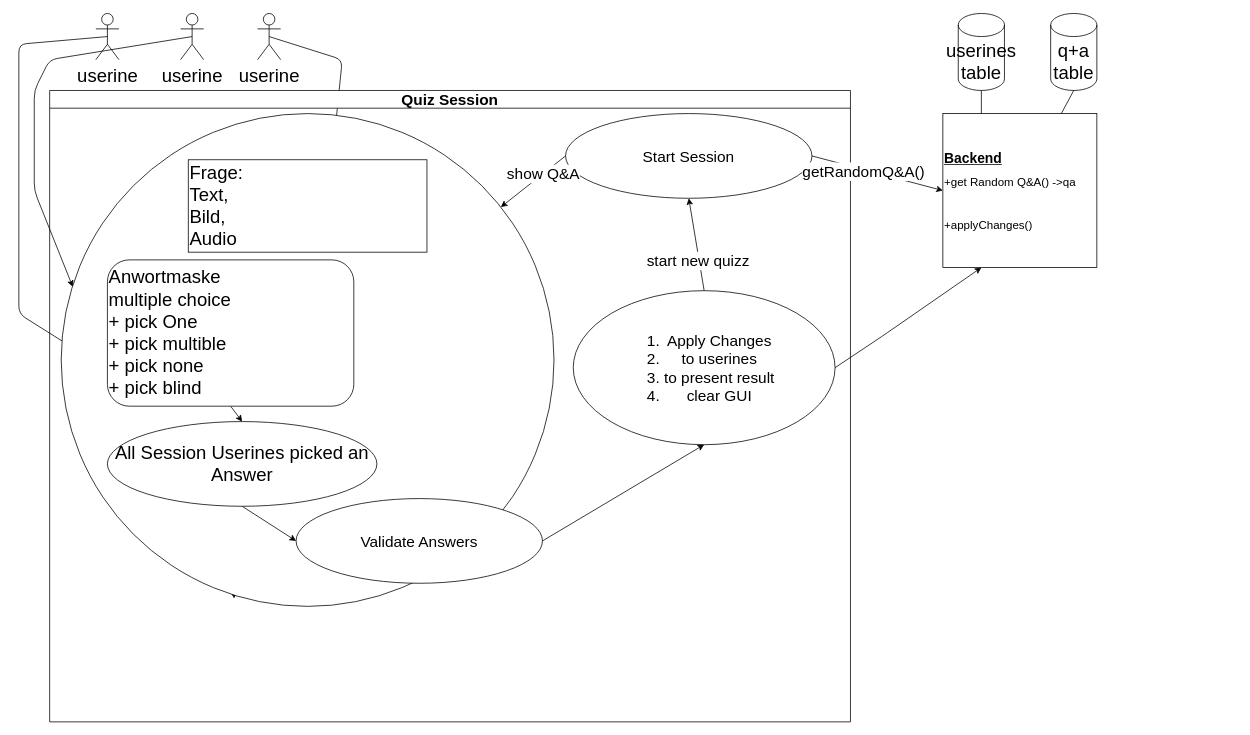
This is scratch.drawio from cjanta/cjantaComponentQuizApp, a draw.io file, before an edit. Source tidied: cells renumbered, new cells numbered last; positions are measured from the earlier drawing's top-left corner, leaving out a move shared by most shapes. Both pictures are drawn from the tidied source at 77%, with x=0, y=0 at pixel (18, 13).
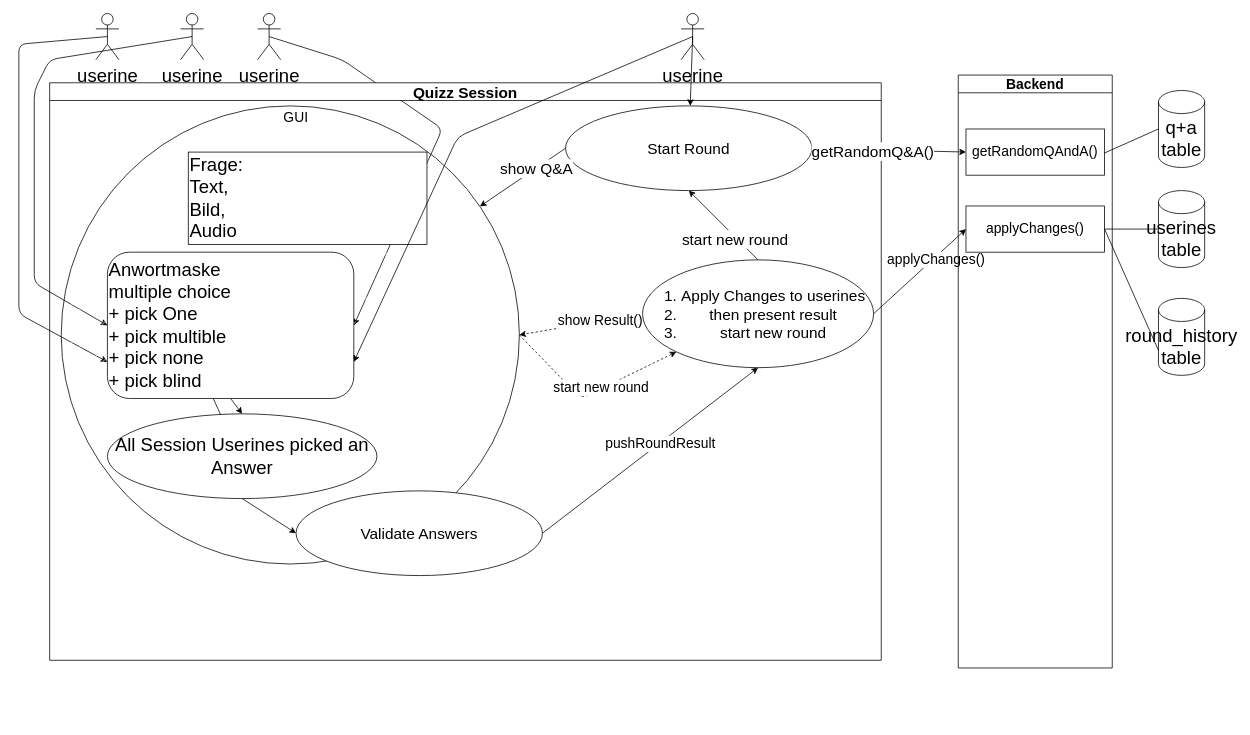
The same diagram, later.

Unchanged cells that the change refers to:
```xml
<mxCell id="5" value="userine" style="shape=umlActor;verticalLabelPosition=bottom;verticalAlign=top;html=1;outlineConnect=0;fontSize=24;" parent="1" vertex="1">
  <mxGeometry x="210" width="30" height="60" as="geometry" />
</mxCell>
<mxCell id="7" value="userine" style="shape=umlActor;verticalLabelPosition=bottom;verticalAlign=top;html=1;outlineConnect=0;fontSize=24;" parent="1" vertex="1">
  <mxGeometry x="310" width="30" height="60" as="geometry" />
</mxCell>
<mxCell id="13" style="edgeStyle=none;html=1;exitX=0.5;exitY=0;exitDx=0;exitDy=0;entryX=0.5;entryY=1;entryDx=0;entryDy=0;fontSize=20;" parent="11" edge="1" source="15" target="12">
  <mxGeometry relative="1" as="geometry" />
</mxCell>
<mxCell id="20" value="&lt;font style=&quot;font-size: 24px;&quot;&gt;Anwortmaske&lt;br&gt;multiple choice&lt;br&gt;+ pick One&lt;br&gt;+ pick multible&lt;br&gt;+ pick none&lt;br&gt;+ pick blind&lt;/font&gt;" style="rounded=1;whiteSpace=wrap;html=1;align=left;" parent="11" vertex="1">
  <mxGeometry x="75" y="220" width="320" height="190" as="geometry" />
</mxCell>
<mxCell id="21" style="edgeStyle=none;html=1;exitX=1;exitY=0.5;exitDx=0;exitDy=0;entryX=0.5;entryY=1;entryDx=0;entryDy=0;fontSize=20;" parent="11" edge="1" source="22" target="15">
  <mxGeometry relative="1" as="geometry" />
</mxCell>
```

Change to the diagram source:
```diff
@@
-    <mxCell id="4" style="edgeStyle=none;html=1;exitX=0.5;exitY=0.5;exitDx=0;exitDy=0;exitPerimeter=0;fontSize=24;entryX=0;entryY=0.5;entryDx=0;entryDy=0;" parent="1" edge="1" source="5">
+    <mxCell id="4" style="edgeStyle=none;html=1;exitX=0.5;exitY=0.5;exitDx=0;exitDy=0;exitPerimeter=0;fontSize=24;entryX=0;entryY=0.5;entryDx=0;entryDy=0;" parent="1" edge="1" source="5" target="20">
       <mxGeometry relative="1" as="geometry">
-        <mxPoint x="70" y="355" as="targetPoint" />
         <Array as="points">
           <mxPoint x="40" y="60" />
           <mxPoint x="20" y="100" />
-          <mxPoint x="20" y="230" />
+          <mxPoint x="20" y="350" />
         </Array>
       </mxGeometry>
     </mxCell>
@@
-    <mxCell id="6" style="edgeStyle=none;html=1;exitX=0.5;exitY=0.5;exitDx=0;exitDy=0;exitPerimeter=0;entryX=1;entryY=0.5;entryDx=0;entryDy=0;fontSize=24;" parent="1" edge="1" source="7">
+    <mxCell id="6" style="edgeStyle=none;html=1;exitX=0.5;exitY=0.5;exitDx=0;exitDy=0;exitPerimeter=0;entryX=1;entryY=0.5;entryDx=0;entryDy=0;fontSize=24;" parent="1" edge="1" source="7" target="20">
       <mxGeometry relative="1" as="geometry">
-        <mxPoint x="390" y="355" as="targetPoint" />
         <Array as="points">
           <mxPoint x="420" y="60" />
+          <mxPoint x="550" y="150" />
         </Array>
       </mxGeometry>
     </mxCell>
@@
     <mxCell id="9" value="q+a table" style="shape=cylinder3;whiteSpace=wrap;html=1;boundedLbl=1;backgroundOutline=1;size=15;fontSize=24;" parent="1" vertex="1">
-      <mxGeometry x="1340" width="60" height="100" as="geometry" />
+      <mxGeometry x="1480" y="100" width="60" height="100" as="geometry" />
     </mxCell>
-    <mxCell id="10" value="&lt;font style=&quot;&quot;&gt;&lt;font style=&quot;font-size: 18px;&quot;&gt;&lt;b&gt;&lt;u&gt;Backend&lt;/u&gt;&lt;/b&gt;&lt;/font&gt;&lt;br style=&quot;&quot;&gt;&lt;span style=&quot;font-size: 15px;&quot;&gt;+get Random Q&amp;amp;A() -&amp;gt;qa&lt;/span&gt;&lt;br&gt;&lt;br&gt;&lt;span style=&quot;font-size: 15px;&quot;&gt;+applyChanges()&lt;/span&gt;&lt;br&gt;&lt;/font&gt;" style="whiteSpace=wrap;html=1;fontSize=24;align=left;" parent="1" vertex="1">
-      <mxGeometry x="1200" y="130" width="200" height="200" as="geometry" />
-    </mxCell>
-    <mxCell id="11" value="Quiz Session" style="swimlane;whiteSpace=wrap;html=1;fontSize=20;" parent="1" vertex="1">
-      <mxGeometry x="40" y="100" width="1040" height="820" as="geometry" />
+    <mxCell id="11" value="Quizz Session" style="swimlane;whiteSpace=wrap;html=1;fontSize=20;" parent="1" vertex="1">
+      <mxGeometry x="40" y="90" width="1080" height="750" as="geometry" />
     </mxCell>
-    <mxCell id="12" value="Start Session" style="ellipse;whiteSpace=wrap;html=1;fontSize=20;" parent="11" vertex="1">
+    <mxCell id="12" value="Start Round" style="ellipse;whiteSpace=wrap;html=1;fontSize=20;" parent="11" vertex="1">
       <mxGeometry x="670" y="30" width="320" height="110" as="geometry" />
     </mxCell>
@@
-    <mxCell id="14" value="start new quizz" style="edgeLabel;html=1;align=center;verticalAlign=middle;fontSize=20;" parent="13" vertex="1">
+    <mxCell id="14" value="start new round" style="edgeLabel;html=1;align=center;verticalAlign=middle;fontSize=20;" parent="13" vertex="1">
       <mxGeometry x="-0.35" y="2" relative="1" as="geometry" />
     </mxCell>
+    <mxCell id="33" style="edgeStyle=none;html=1;exitX=0;exitY=0.5;exitDx=0;exitDy=0;entryX=1;entryY=0.5;entryDx=0;entryDy=0;fontSize=18;dashed=1;" parent="11" edge="1" source="15" target="17">
+      <mxGeometry relative="1" as="geometry" />
+    </mxCell>
+    <mxCell id="34" value="show Result()" style="edgeLabel;html=1;align=center;verticalAlign=middle;fontSize=18;" parent="33" vertex="1">
+      <mxGeometry x="-0.31" y="-1" relative="1" as="geometry" />
+    </mxCell>
-    <mxCell id="15" value="&lt;ol&gt;&lt;li&gt;Apply Changes&lt;/li&gt;&lt;li&gt;to userines&lt;/li&gt;&lt;li&gt;to present result&lt;/li&gt;&lt;li&gt;clear GUI&lt;/li&gt;&lt;/ol&gt;" style="ellipse;whiteSpace=wrap;html=1;fontSize=20;align=center;" parent="11" vertex="1">
-      <mxGeometry x="680" y="260" width="340" height="200" as="geometry" />
+    <mxCell id="15" value="&lt;ol&gt;&lt;li&gt;Apply Changes to userines&lt;/li&gt;&lt;li&gt;then present result&lt;/li&gt;&lt;li&gt;start new round&lt;/li&gt;&lt;/ol&gt;" style="ellipse;whiteSpace=wrap;html=1;fontSize=20;align=center;" parent="11" vertex="1">
+      <mxGeometry x="770" y="230" width="300" height="140" as="geometry" />
     </mxCell>
-    <mxCell id="16" style="edgeStyle=none;html=1;exitX=0.5;exitY=1;exitDx=0;exitDy=0;entryX=0.53;entryY=-0.003;entryDx=0;entryDy=0;entryPerimeter=0;fontSize=20;" parent="11" edge="1">
-      <mxGeometry relative="1" as="geometry">
-        <mxPoint x="235" y="600" as="sourcePoint" />
-        <mxPoint x="239.6" y="659.7" as="targetPoint" />
-      </mxGeometry>
-    </mxCell>
+    <mxCell id="35" style="edgeStyle=none;html=1;exitX=1;exitY=0.5;exitDx=0;exitDy=0;entryX=0;entryY=1;entryDx=0;entryDy=0;dashed=1;fontSize=18;" parent="11" edge="1" source="17" target="15">
+      <mxGeometry relative="1" as="geometry">
+        <Array as="points">
+          <mxPoint x="690" y="410" />
+        </Array>
+      </mxGeometry>
+    </mxCell>
+    <mxCell id="36" value="start new round" style="edgeLabel;html=1;align=center;verticalAlign=middle;fontSize=18;" parent="35" vertex="1">
+      <mxGeometry x="0.14" y="2" relative="1" as="geometry" />
+    </mxCell>
-    <mxCell id="17" style="ellipse;whiteSpace=wrap;html=1;fontSize=20;" parent="11" vertex="1">
-      <mxGeometry x="15" y="30" width="640" height="640" as="geometry" />
+    <mxCell id="17" style="ellipse;whiteSpace=wrap;html=1;fontSize=20;fillStyle=dashed;gradientDirection=radial;" parent="11" vertex="1">
+      <mxGeometry x="15" y="30" width="595" height="595" as="geometry" />
     </mxCell>
@@
+    <mxCell id="37" value="pushRoundResult" style="edgeLabel;html=1;align=center;verticalAlign=middle;fontSize=18;" parent="21" vertex="1">
+      <mxGeometry x="0.09" y="-1" relative="1" as="geometry" />
+    </mxCell>
@@
+    <mxCell id="38" value="GUI" style="text;html=1;strokeColor=none;fillColor=none;align=center;verticalAlign=middle;whiteSpace=wrap;rounded=0;fillStyle=dashed;fontSize=18;" parent="11" vertex="1">
+      <mxGeometry x="290" y="30" width="60" height="30" as="geometry" />
+    </mxCell>
-    <mxCell id="27" style="edgeStyle=none;html=1;exitX=1;exitY=0.5;exitDx=0;exitDy=0;entryX=0;entryY=0.5;entryDx=0;entryDy=0;fontSize=20;" parent="1" edge="1" source="12" target="10">
+    <mxCell id="27" style="edgeStyle=none;html=1;exitX=1;exitY=0.5;exitDx=0;exitDy=0;entryX=0;entryY=0.5;entryDx=0;entryDy=0;fontSize=20;" parent="1" edge="1" source="12" target="41">
       <mxGeometry relative="1" as="geometry" />
     </mxCell>
@@
-    <mxCell id="29" style="edgeStyle=none;html=1;exitX=1;exitY=0.5;exitDx=0;exitDy=0;entryX=0.25;entryY=1;entryDx=0;entryDy=0;fontSize=20;" parent="1" edge="1" source="15" target="10">
-      <mxGeometry relative="1" as="geometry">
-        <Array as="points">
-          <mxPoint x="1120" y="420" />
-        </Array>
-      </mxGeometry>
+    <mxCell id="29" style="edgeStyle=none;html=1;exitX=1;exitY=0.5;exitDx=0;exitDy=0;entryX=0;entryY=0.5;entryDx=0;entryDy=0;fontSize=20;" parent="1" edge="1" source="15" target="42">
+      <mxGeometry relative="1" as="geometry" />
     </mxCell>
+    <mxCell id="39" value="applyChanges()" style="edgeLabel;html=1;align=center;verticalAlign=middle;fontSize=18;" parent="29" vertex="1">
+      <mxGeometry x="0.31" y="-2" relative="1" as="geometry" />
+    </mxCell>
     <mxCell id="30" value="userines table" style="shape=cylinder3;whiteSpace=wrap;html=1;boundedLbl=1;backgroundOutline=1;size=15;fontSize=24;" parent="1" vertex="1">
-      <mxGeometry x="1220" width="60" height="100" as="geometry" />
+      <mxGeometry x="1480" y="230" width="60" height="100" as="geometry" />
     </mxCell>
-    <mxCell id="31" style="endArrow=none;html=1;fontSize=20;entryX=0.5;entryY=1;entryDx=0;entryDy=0;entryPerimeter=0;exitX=0.25;exitY=0;exitDx=0;exitDy=0;" parent="1" edge="1" source="10" target="30">
+    <mxCell id="31" style="endArrow=none;html=1;fontSize=20;entryX=0;entryY=0.5;entryDx=0;entryDy=0;entryPerimeter=0;exitX=1;exitY=0.5;exitDx=0;exitDy=0;" parent="1" edge="1" source="42" target="30">
       <mxGeometry relative="1" as="geometry" />
     </mxCell>
-    <mxCell id="32" style="endArrow=none;html=1;fontSize=20;entryX=0.5;entryY=1;entryDx=0;entryDy=0;entryPerimeter=0;" parent="1" edge="1" source="10" target="9">
-      <mxGeometry relative="1" as="geometry" />
+    <mxCell id="32" style="endArrow=none;html=1;fontSize=20;entryX=0;entryY=0.5;entryDx=0;entryDy=0;entryPerimeter=0;" parent="1" edge="1" target="9">
+      <mxGeometry relative="1" as="geometry">
+        <mxPoint x="1400" y="185.6" as="sourcePoint" />
+      </mxGeometry>
     </mxCell>
+    <mxCell id="40" value="Backend" style="swimlane;whiteSpace=wrap;html=1;fontSize=18;" parent="1" vertex="1">
+      <mxGeometry x="1220" y="80" width="200" height="770" as="geometry" />
+    </mxCell>
+    <mxCell id="41" value="getRandomQAndA()" style="rounded=0;whiteSpace=wrap;html=1;fontSize=18;" parent="40" vertex="1">
+      <mxGeometry x="10" y="70" width="180" height="60" as="geometry" />
+    </mxCell>
+    <mxCell id="42" value="applyChanges()" style="rounded=0;whiteSpace=wrap;html=1;fontSize=18;" parent="40" vertex="1">
+      <mxGeometry x="10" y="170" width="180" height="60" as="geometry" />
+    </mxCell>
+    <mxCell id="43" value="round_history&lt;br&gt;table" style="shape=cylinder3;whiteSpace=wrap;html=1;boundedLbl=1;backgroundOutline=1;size=15;fontSize=24;" parent="1" vertex="1">
+      <mxGeometry x="1480" y="370" width="60" height="100" as="geometry" />
+    </mxCell>
+    <mxCell id="44" style="endArrow=none;html=1;fontSize=20;entryX=0;entryY=0;entryDx=0;entryDy=67.5;entryPerimeter=0;exitX=1;exitY=0.5;exitDx=0;exitDy=0;" parent="1" edge="1" source="42" target="43">
+      <mxGeometry relative="1" as="geometry" />
+    </mxCell>
+    <mxCell id="45" style="edgeStyle=none;html=1;exitX=0.5;exitY=0.5;exitDx=0;exitDy=0;exitPerimeter=0;fontSize=18;" parent="1" edge="1" source="47" target="12">
+      <mxGeometry relative="1" as="geometry" />
+    </mxCell>
+    <mxCell id="46" style="edgeStyle=none;html=1;exitX=0.5;exitY=0.5;exitDx=0;exitDy=0;exitPerimeter=0;entryX=1;entryY=0.75;entryDx=0;entryDy=0;fontSize=18;" parent="1" edge="1" source="47" target="20">
+      <mxGeometry relative="1" as="geometry">
+        <Array as="points">
+          <mxPoint x="570" y="160" />
+        </Array>
+      </mxGeometry>
+    </mxCell>
+    <mxCell id="47" value="userine" style="shape=umlActor;verticalLabelPosition=bottom;verticalAlign=top;html=1;outlineConnect=0;fontSize=24;" parent="1" vertex="1">
+      <mxGeometry x="860" width="30" height="60" as="geometry" />
+    </mxCell>
```
